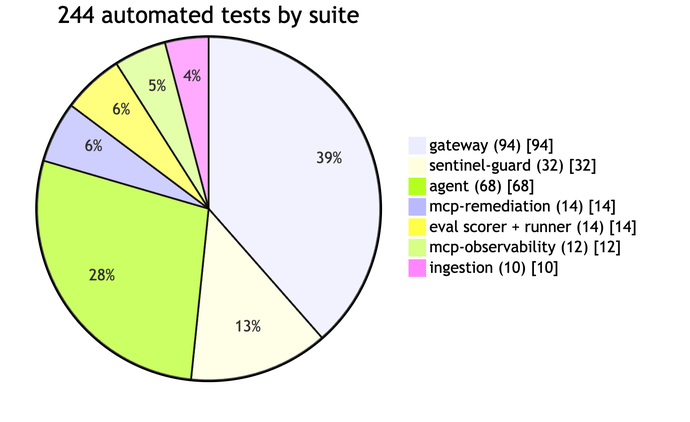
abdulmdev/sentinel-incident-copilot keeps this Mermaid diagram as docs/handbook/images/14-chart-tests-by-suite.png. Above is the earlier version. Its source is kept beside it as docs/handbook/diagrams/14-chart-tests-by-suite.mmd.
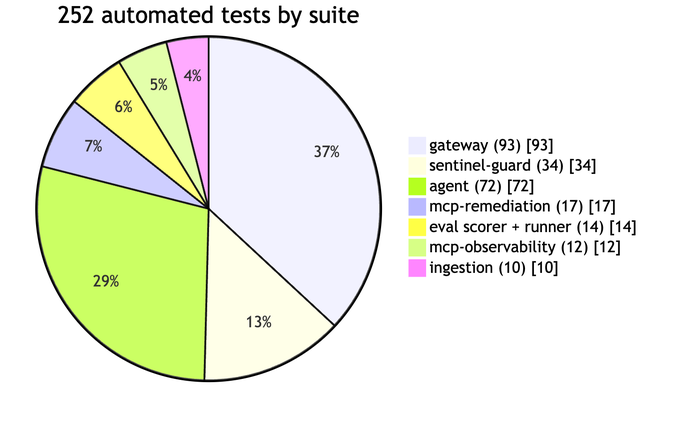
The same diagram one commit later.

The edit, as a diff of the source:
```diff
@@ -1,9 +1,9 @@
 pie showData
-  title 244 automated tests by suite
-  "gateway (94)" : 94
-  "sentinel-guard (32)" : 32
-  "agent (68)" : 68
-  "mcp-remediation (14)" : 14
+  title 252 automated tests by suite
+  "gateway (93)" : 93
+  "sentinel-guard (34)" : 34
+  "agent (72)" : 72
+  "mcp-remediation (17)" : 17
   "eval scorer + runner (14)" : 14
   "mcp-observability (12)" : 12
   "ingestion (10)" : 10
```
